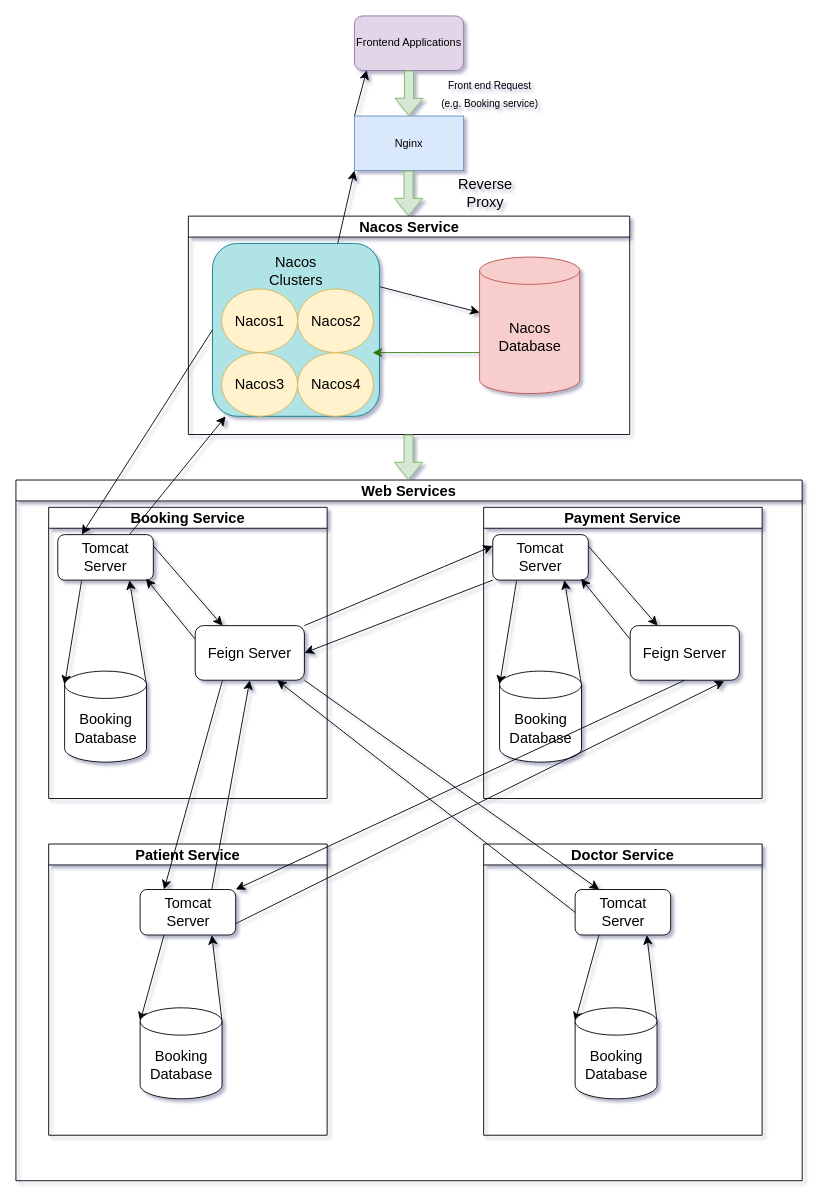
Before: examples/drawio/XMLs/iCare-main.drawio in levihuayuzhang/icare, a draw.io diagram. Source tidied: cells renumbered, new cells numbered last; positions are measured from the earlier drawing's top-left corner, leaving out a move shared by most shapes. Both pictures are drawn from the tidied source at 91%, with x=0, y=0 at pixel (15, 15).
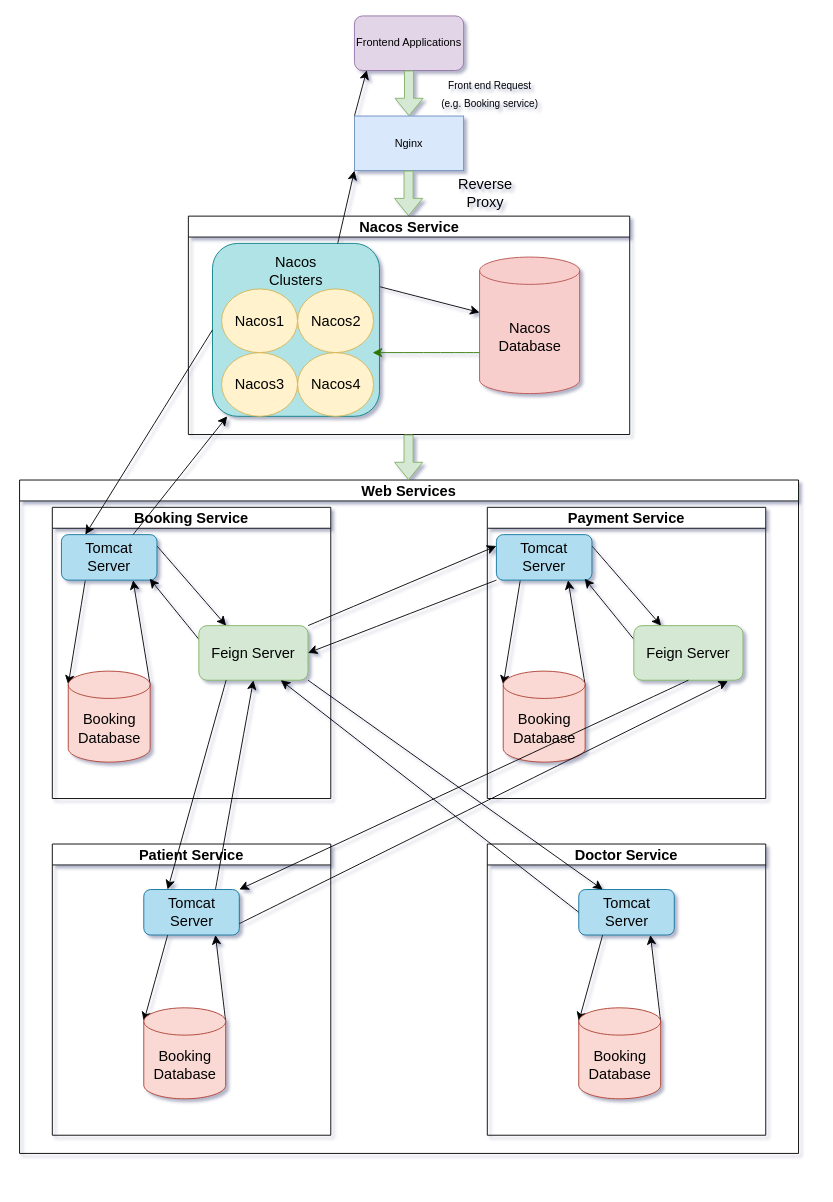
Above is the later version.

The change refers to these unchanged cells:
```xml
<mxCell id="19" value="Booking Service" style="swimlane;whiteSpace=wrap;html=1;fontSize=16;" parent="18" vertex="1">
  <mxGeometry x="36" y="30" width="306" height="320" as="geometry" />
</mxCell>
<mxCell id="27" value="Payment Service" style="swimlane;whiteSpace=wrap;html=1;fontSize=16;" parent="18" vertex="1">
  <mxGeometry x="514" y="30" width="306" height="320" as="geometry" />
</mxCell>
<mxCell id="35" value="Patient Service" style="swimlane;whiteSpace=wrap;html=1;fontSize=16;" parent="18" vertex="1">
  <mxGeometry x="36" y="400" width="306" height="320" as="geometry" />
</mxCell>
<mxCell id="40" value="Doctor Service" style="swimlane;whiteSpace=wrap;html=1;fontSize=16;" parent="18" vertex="1">
  <mxGeometry x="514" y="400" width="306" height="320" as="geometry" />
</mxCell>
```

What changed in the source:
```diff
@@
     <mxCell id="18" value="Web Services" style="swimlane;whiteSpace=wrap;html=1;fontSize=16;" parent="1" vertex="1">
-      <mxGeometry y="510" width="864" height="770" as="geometry" />
+      <mxGeometry x="4" y="510" width="856" height="740" as="geometry" />
     </mxCell>
@@
-    <mxCell id="22" value="Tomcat Server" style="rounded=1;whiteSpace=wrap;html=1;fontSize=16;" parent="19" vertex="1">
+    <mxCell id="22" value="Tomcat Server" style="rounded=1;whiteSpace=wrap;html=1;fontSize=16;fillColor=#b1ddf0;strokeColor=#10739e;" parent="19" vertex="1">
       <mxGeometry x="10" y="30" width="105" height="50" as="geometry" />
     </mxCell>
@@
-    <mxCell id="24" value="Booking Database" style="shape=cylinder3;whiteSpace=wrap;html=1;boundedLbl=1;backgroundOutline=1;size=15;fontSize=16;" parent="19" vertex="1">
+    <mxCell id="24" value="Booking Database" style="shape=cylinder3;whiteSpace=wrap;html=1;boundedLbl=1;backgroundOutline=1;size=15;fontSize=16;fillColor=#fad9d5;strokeColor=#ae4132;" parent="19" vertex="1">
       <mxGeometry x="17.5" y="180" width="90" height="100" as="geometry" />
     </mxCell>
@@
-    <mxCell id="26" value="Feign Server" style="rounded=1;whiteSpace=wrap;html=1;fontSize=16;" parent="19" vertex="1">
+    <mxCell id="26" value="Feign Server" style="rounded=1;whiteSpace=wrap;html=1;fontSize=16;fillColor=#d5e8d4;strokeColor=#82b366;" parent="19" vertex="1">
       <mxGeometry x="161" y="130" width="120" height="60" as="geometry" />
     </mxCell>
@@
-    <mxCell id="30" value="Tomcat Server" style="rounded=1;whiteSpace=wrap;html=1;fontSize=16;" parent="27" vertex="1">
+    <mxCell id="30" value="Tomcat Server" style="rounded=1;whiteSpace=wrap;html=1;fontSize=16;fillColor=#b1ddf0;strokeColor=#10739e;" parent="27" vertex="1">
       <mxGeometry x="10" y="30" width="105" height="50" as="geometry" />
     </mxCell>
@@
-    <mxCell id="32" value="Booking Database" style="shape=cylinder3;whiteSpace=wrap;html=1;boundedLbl=1;backgroundOutline=1;size=15;fontSize=16;" parent="27" vertex="1">
+    <mxCell id="32" value="Booking Database" style="shape=cylinder3;whiteSpace=wrap;html=1;boundedLbl=1;backgroundOutline=1;size=15;fontSize=16;fillColor=#fad9d5;strokeColor=#ae4132;" parent="27" vertex="1">
       <mxGeometry x="17.5" y="180" width="90" height="100" as="geometry" />
     </mxCell>
@@
-    <mxCell id="34" value="Feign Server" style="rounded=1;whiteSpace=wrap;html=1;fontSize=16;" parent="27" vertex="1">
+    <mxCell id="34" value="Feign Server" style="rounded=1;whiteSpace=wrap;html=1;fontSize=16;fillColor=#d5e8d4;strokeColor=#82b366;" parent="27" vertex="1">
       <mxGeometry x="161" y="130" width="120" height="60" as="geometry" />
     </mxCell>
@@
-    <mxCell id="37" value="Tomcat Server" style="rounded=1;whiteSpace=wrap;html=1;fontSize=16;" parent="35" vertex="1">
+    <mxCell id="37" value="Tomcat Server" style="rounded=1;whiteSpace=wrap;html=1;fontSize=16;fillColor=#b1ddf0;strokeColor=#10739e;" parent="35" vertex="1">
       <mxGeometry x="100.5" y="50" width="105" height="50" as="geometry" />
     </mxCell>
@@
-    <mxCell id="39" value="Booking Database" style="shape=cylinder3;whiteSpace=wrap;html=1;boundedLbl=1;backgroundOutline=1;size=15;fontSize=16;" parent="35" vertex="1">
+    <mxCell id="39" value="Booking Database" style="shape=cylinder3;whiteSpace=wrap;html=1;boundedLbl=1;backgroundOutline=1;size=15;fontSize=16;fillColor=#fad9d5;strokeColor=#ae4132;" parent="35" vertex="1">
       <mxGeometry x="100.5" y="180" width="90" height="100" as="geometry" />
     </mxCell>
@@
-    <mxCell id="42" value="Tomcat Server" style="rounded=1;whiteSpace=wrap;html=1;fontSize=16;" parent="40" vertex="1">
+    <mxCell id="42" value="Tomcat Server" style="rounded=1;whiteSpace=wrap;html=1;fontSize=16;fillColor=#b1ddf0;strokeColor=#10739e;" parent="40" vertex="1">
       <mxGeometry x="100.5" y="50" width="105" height="50" as="geometry" />
     </mxCell>
@@
-    <mxCell id="44" value="Booking Database" style="shape=cylinder3;whiteSpace=wrap;html=1;boundedLbl=1;backgroundOutline=1;size=15;fontSize=16;" parent="40" vertex="1">
+    <mxCell id="44" value="Booking Database" style="shape=cylinder3;whiteSpace=wrap;html=1;boundedLbl=1;backgroundOutline=1;size=15;fontSize=16;fillColor=#fad9d5;strokeColor=#ae4132;" parent="40" vertex="1">
       <mxGeometry x="100.5" y="180" width="90" height="100" as="geometry" />
     </mxCell>
```
